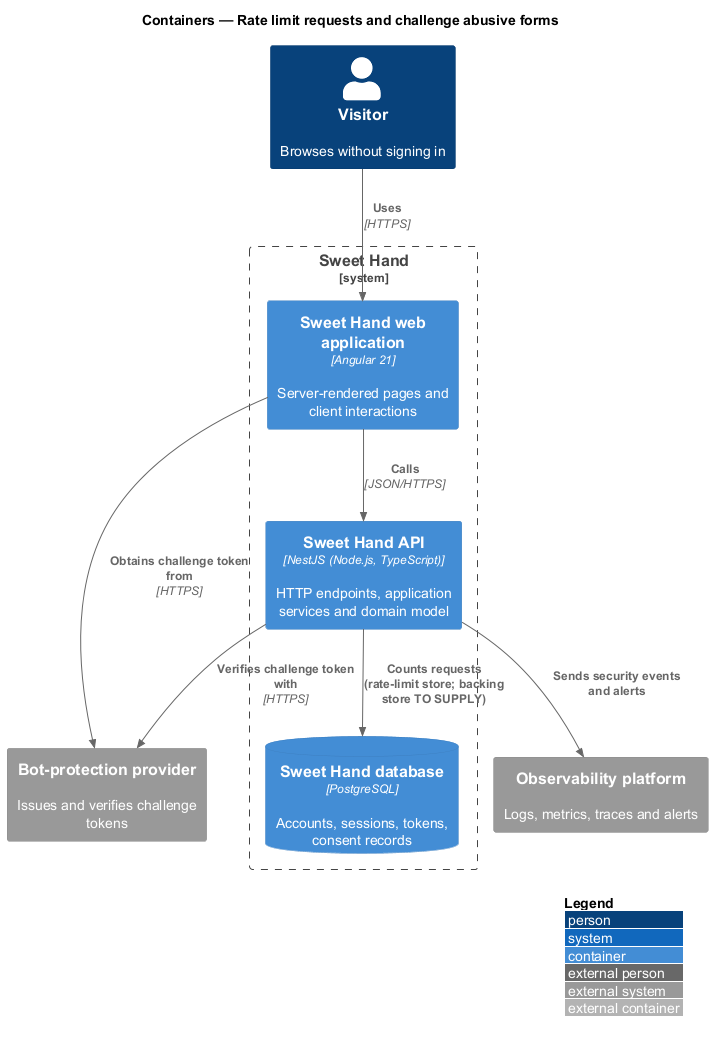
Above: docs/detailed-designs/identity-and-security/rate-limit-and-challenge/diagrams/c4-container.png in QuinntyneBrown/sweet-hand (PlantUML), before the change.
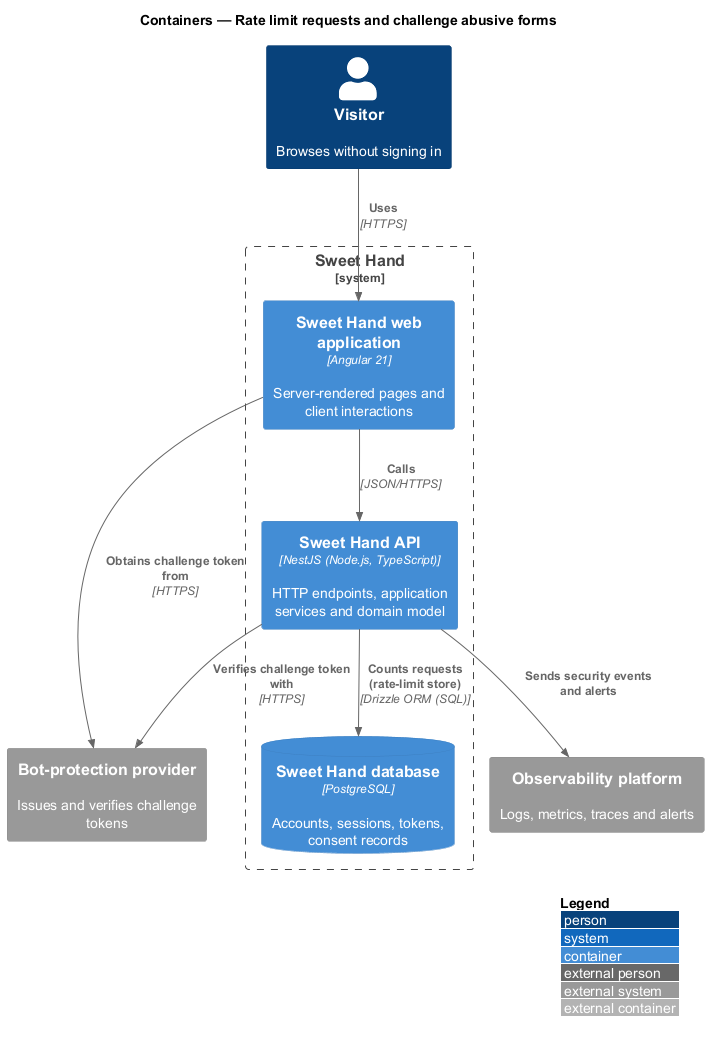
After the commit.

Diff of the diagram source:
```diff
@@ -15,7 +15,7 @@
 Rel(visitor, web, "Uses", "HTTPS")
 Rel(web, bot, "Obtains challenge token from", "HTTPS")
 Rel(web, api, "Calls", "JSON/HTTPS")
-Rel(api, db, "Counts requests (rate-limit store; backing store TO SUPPLY)")
+Rel(api, db, "Counts requests (rate-limit store)", "Drizzle ORM (SQL)")
 Rel(api, bot, "Verifies challenge token with", "HTTPS")
 Rel(api, obs, "Sends security events and alerts")
 @enduml
```
